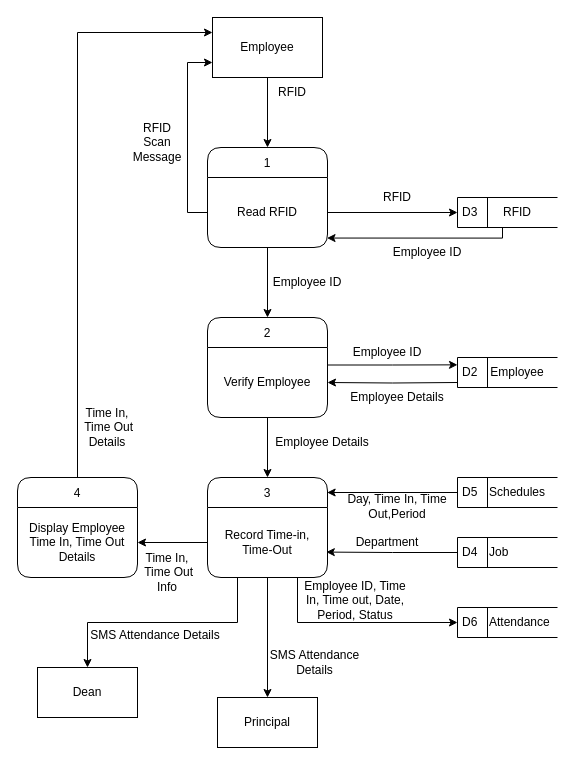
Above: DOCUMENTS/RFID Module.drawio in lester-afk/Payroll-System (draw.io), before the change. Source tidied: cells renumbered, new cells numbered last; positions are measured from the earlier drawing's top-left corner, leaving out a move shared by most shapes. Both pictures are drawn from the tidied source at 100%, with x=0, y=0 at pixel (17, 17).
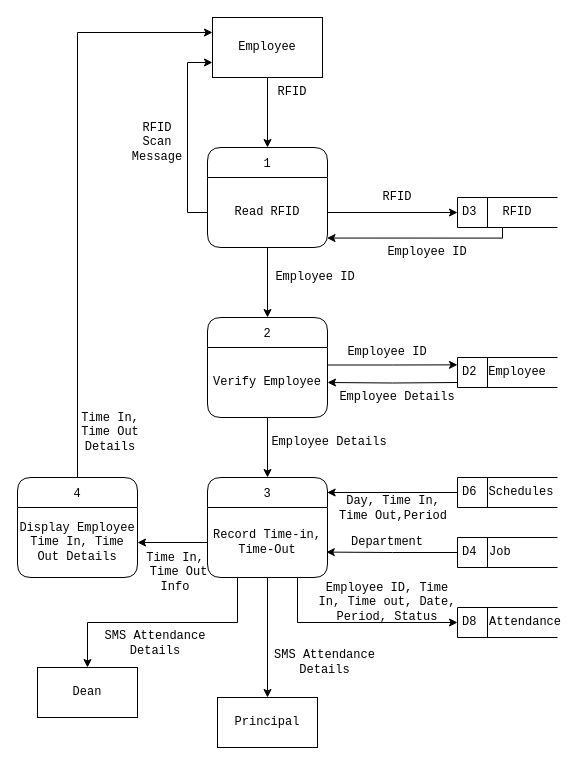
After the change.

Change to the diagram source:
```diff
@@
-    <mxCell id="2" value="RFID" style="text;html=1;align=center;verticalAlign=middle;whiteSpace=wrap;rounded=0;" parent="1" vertex="1">
+    <mxCell id="2" value="RFID" style="text;html=1;align=center;verticalAlign=middle;whiteSpace=wrap;rounded=0;fontFamily=Courier New;" parent="1" vertex="1">
       <mxGeometry x="245" y="60" width="60" height="30" as="geometry" />
     </mxCell>
-    <mxCell id="3" value="1" style="swimlane;fontStyle=0;horizontal=1;startSize=30;fillColor=#ffffff;swimlaneFillColor=#ffffff;rounded=1;" parent="1" vertex="1">
+    <mxCell id="3" value="1" style="swimlane;fontStyle=0;horizontal=1;startSize=30;fillColor=#ffffff;swimlaneFillColor=#ffffff;rounded=1;fontFamily=Courier New;" parent="1" vertex="1">
       <mxGeometry x="190" y="130" width="120" height="100" as="geometry" />
     </mxCell>
-    <mxCell id="4" value="Read RFID" style="text;html=1;align=center;verticalAlign=middle;whiteSpace=wrap;rounded=0;" parent="3" vertex="1">
+    <mxCell id="4" value="Read RFID" style="text;html=1;align=center;verticalAlign=middle;whiteSpace=wrap;rounded=0;fontFamily=Courier New;" parent="3" vertex="1">
       <mxGeometry y="30" width="120" height="70" as="geometry" />
     </mxCell>
-    <mxCell id="5" style="edgeStyle=orthogonalEdgeStyle;rounded=0;jettySize=auto;html=1;entryX=0.5;entryY=0;entryDx=0;entryDy=0;" parent="1" edge="1" source="6" target="3">
+    <mxCell id="5" style="edgeStyle=orthogonalEdgeStyle;rounded=0;jettySize=auto;html=1;entryX=0.5;entryY=0;entryDx=0;entryDy=0;fontFamily=Courier New;" parent="1" edge="1" source="6" target="3">
       <mxGeometry relative="1" as="geometry" />
     </mxCell>
-    <mxCell id="6" value="Employee" style="html=1;dashed=0;whiteSpace=wrap;" parent="1" vertex="1">
+    <mxCell id="6" value="Employee" style="html=1;dashed=0;whiteSpace=wrap;fontFamily=Courier New;" parent="1" vertex="1">
       <mxGeometry x="195" width="110" height="60" as="geometry" />
     </mxCell>
-    <mxCell id="7" value="D3" style="html=1;dashed=0;whiteSpace=wrap;shape=mxgraph.dfd.dataStoreID;align=left;spacingLeft=3;points=[[0,0],[0.5,0],[1,0],[0,0.5],[1,0.5],[0,1],[0.5,1],[1,1]];" parent="1" vertex="1">
+    <mxCell id="7" value="D3" style="html=1;dashed=0;whiteSpace=wrap;shape=mxgraph.dfd.dataStoreID;align=left;spacingLeft=3;points=[[0,0],[0.5,0],[1,0],[0,0.5],[1,0.5],[0,1],[0.5,1],[1,1]];fontFamily=Courier New;" parent="1" vertex="1">
       <mxGeometry x="440" y="180" width="100" height="30" as="geometry" />
     </mxCell>
-    <mxCell id="8" style="edgeStyle=orthogonalEdgeStyle;rounded=0;jettySize=auto;html=1;exitX=0.25;exitY=1;exitDx=0;exitDy=0;entryX=0.996;entryY=0.865;entryDx=0;entryDy=0;entryPerimeter=0;" parent="1" edge="1" source="9" target="4">
+    <mxCell id="8" style="edgeStyle=orthogonalEdgeStyle;rounded=0;jettySize=auto;html=1;exitX=0.25;exitY=1;exitDx=0;exitDy=0;entryX=0.996;entryY=0.865;entryDx=0;entryDy=0;entryPerimeter=0;fontFamily=Courier New;" parent="1" edge="1" source="9" target="4">
       <mxGeometry relative="1" as="geometry">
         <Array as="points">
           <mxPoint x="485" y="221" />
         </Array>
       </mxGeometry>
     </mxCell>
-    <mxCell id="9" value="RFID" style="text;html=1;align=center;verticalAlign=middle;whiteSpace=wrap;rounded=0;" parent="1" vertex="1">
+    <mxCell id="9" value="RFID" style="text;html=1;align=center;verticalAlign=middle;whiteSpace=wrap;rounded=0;fontFamily=Courier New;" parent="1" vertex="1">
       <mxGeometry x="470" y="180" width="60" height="30" as="geometry" />
     </mxCell>
-    <mxCell id="10" style="edgeStyle=orthogonalEdgeStyle;rounded=0;jettySize=auto;html=1;exitX=1;exitY=0.5;exitDx=0;exitDy=0;entryX=0;entryY=0.5;entryDx=0;entryDy=0;" parent="1" edge="1" source="4" target="7">
+    <mxCell id="10" style="edgeStyle=orthogonalEdgeStyle;rounded=0;jettySize=auto;html=1;exitX=1;exitY=0.5;exitDx=0;exitDy=0;entryX=0;entryY=0.5;entryDx=0;entryDy=0;fontFamily=Courier New;" parent="1" edge="1" source="4" target="7">
       <mxGeometry relative="1" as="geometry" />
     </mxCell>
-    <mxCell id="11" value="RFID" style="text;html=1;align=center;verticalAlign=middle;whiteSpace=wrap;rounded=0;" parent="1" vertex="1">
+    <mxCell id="11" value="RFID" style="text;html=1;align=center;verticalAlign=middle;whiteSpace=wrap;rounded=0;fontFamily=Courier New;" parent="1" vertex="1">
       <mxGeometry x="320" y="167.5" width="120" height="25" as="geometry" />
     </mxCell>
-    <mxCell id="12" style="edgeStyle=orthogonalEdgeStyle;rounded=0;jettySize=auto;html=1;entryX=0;entryY=0.75;entryDx=0;entryDy=0;" parent="1" edge="1" source="4" target="6">
+    <mxCell id="12" style="edgeStyle=orthogonalEdgeStyle;rounded=0;jettySize=auto;html=1;entryX=0;entryY=0.75;entryDx=0;entryDy=0;fontFamily=Courier New;" parent="1" edge="1" source="4" target="6">
       <mxGeometry relative="1" as="geometry">
         <Array as="points">
           <mxPoint x="170" y="195" />
           <mxPoint x="170" y="45" />
         </Array>
       </mxGeometry>
     </mxCell>
-    <mxCell id="13" value="RFID Scan Message" style="text;html=1;align=center;verticalAlign=middle;whiteSpace=wrap;rounded=0;" parent="1" vertex="1">
+    <mxCell id="13" value="RFID Scan Message" style="text;html=1;align=center;verticalAlign=middle;whiteSpace=wrap;rounded=0;fontFamily=Courier New;" parent="1" vertex="1">
       <mxGeometry x="110" y="100" width="60" height="50" as="geometry" />
     </mxCell>
-    <mxCell id="14" value="2" style="swimlane;fontStyle=0;horizontal=1;startSize=30;fillColor=#ffffff;swimlaneFillColor=#ffffff;rounded=1;" parent="1" vertex="1">
+    <mxCell id="14" value="2" style="swimlane;fontStyle=0;horizontal=1;startSize=30;fillColor=#ffffff;swimlaneFillColor=#ffffff;rounded=1;fontFamily=Courier New;" parent="1" vertex="1">
       <mxGeometry x="190" y="300" width="120" height="100" as="geometry" />
     </mxCell>
-    <mxCell id="15" value="Verify Employee" style="text;html=1;align=center;verticalAlign=middle;whiteSpace=wrap;rounded=0;" parent="14" vertex="1">
+    <mxCell id="15" value="Verify Employee" style="text;html=1;align=center;verticalAlign=middle;whiteSpace=wrap;rounded=0;fontFamily=Courier New;" parent="14" vertex="1">
       <mxGeometry y="30" width="120" height="70" as="geometry" />
     </mxCell>
-    <mxCell id="16" style="edgeStyle=orthogonalEdgeStyle;rounded=0;jettySize=auto;html=1;entryX=0.5;entryY=0;entryDx=0;entryDy=0;" parent="1" edge="1" source="4" target="14">
+    <mxCell id="16" style="edgeStyle=orthogonalEdgeStyle;rounded=0;jettySize=auto;html=1;entryX=0.5;entryY=0;entryDx=0;entryDy=0;fontFamily=Courier New;" parent="1" edge="1" source="4" target="14">
       <mxGeometry relative="1" as="geometry" />
     </mxCell>
-    <mxCell id="17" value="D2" style="html=1;dashed=0;whiteSpace=wrap;shape=mxgraph.dfd.dataStoreID;align=left;spacingLeft=3;points=[[0,0],[0.5,0],[1,0],[0,0.5],[1,0.5],[0,1],[0.5,1],[1,1]];" parent="1" vertex="1">
+    <mxCell id="17" value="D2" style="html=1;dashed=0;whiteSpace=wrap;shape=mxgraph.dfd.dataStoreID;align=left;spacingLeft=3;points=[[0,0],[0.5,0],[1,0],[0,0.5],[1,0.5],[0,1],[0.5,1],[1,1]];fontFamily=Courier New;" parent="1" vertex="1">
       <mxGeometry x="440" y="340" width="100" height="30" as="geometry" />
     </mxCell>
-    <mxCell id="18" value="Employee" style="text;html=1;align=center;verticalAlign=middle;whiteSpace=wrap;rounded=0;" parent="1" vertex="1">
+    <mxCell id="18" value="Employee" style="text;html=1;align=center;verticalAlign=middle;whiteSpace=wrap;rounded=0;fontFamily=Courier New;" parent="1" vertex="1">
       <mxGeometry x="470" y="340" width="60" height="30" as="geometry" />
     </mxCell>
-    <mxCell id="19" style="edgeStyle=orthogonalEdgeStyle;rounded=0;jettySize=auto;html=1;exitX=1;exitY=0.25;exitDx=0;exitDy=0;entryX=0;entryY=0.245;entryDx=0;entryDy=0;entryPerimeter=0;" parent="1" edge="1" source="15" target="17">
+    <mxCell id="19" style="edgeStyle=orthogonalEdgeStyle;rounded=0;jettySize=auto;html=1;exitX=1;exitY=0.25;exitDx=0;exitDy=0;entryX=0;entryY=0.245;entryDx=0;entryDy=0;entryPerimeter=0;fontFamily=Courier New;" parent="1" edge="1" source="15" target="17">
       <mxGeometry relative="1" as="geometry" />
     </mxCell>
-    <mxCell id="20" value="Employee ID" style="text;html=1;align=center;verticalAlign=middle;whiteSpace=wrap;rounded=0;" parent="1" vertex="1">
+    <mxCell id="20" value="Employee ID" style="text;html=1;align=center;verticalAlign=middle;whiteSpace=wrap;rounded=0;fontFamily=Courier New;" parent="1" vertex="1">
       <mxGeometry x="310" y="320" width="120" height="30" as="geometry" />
     </mxCell>
-    <mxCell id="21" value="Employee ID" style="text;html=1;align=center;verticalAlign=middle;whiteSpace=wrap;rounded=0;" parent="1" vertex="1">
-      <mxGeometry x="230" y="250" width="120" height="30" as="geometry" />
+    <mxCell id="21" value="Employee ID" style="text;html=1;align=center;verticalAlign=middle;whiteSpace=wrap;rounded=0;fontFamily=Courier New;" parent="1" vertex="1">
+      <mxGeometry x="256.5" y="250" width="82" height="20" as="geometry" />
     </mxCell>
-    <mxCell id="22" style="edgeStyle=orthogonalEdgeStyle;rounded=0;jettySize=auto;html=1;entryX=1;entryY=0.5;entryDx=0;entryDy=0;" parent="1" edge="1" target="15">
+    <mxCell id="22" style="edgeStyle=orthogonalEdgeStyle;rounded=0;jettySize=auto;html=1;entryX=1;entryY=0.5;entryDx=0;entryDy=0;fontFamily=Courier New;" parent="1" edge="1" target="15">
       <mxGeometry relative="1" as="geometry">
         <mxPoint x="440" y="365" as="sourcePoint" />
       </mxGeometry>
     </mxCell>
-    <mxCell id="23" value="Employee ID" style="text;html=1;align=center;verticalAlign=middle;whiteSpace=wrap;rounded=0;" parent="1" vertex="1">
+    <mxCell id="23" value="Employee ID" style="text;html=1;align=center;verticalAlign=middle;whiteSpace=wrap;rounded=0;fontFamily=Courier New;" parent="1" vertex="1">
       <mxGeometry x="350" y="220" width="120" height="30" as="geometry" />
     </mxCell>
-    <mxCell id="24" value="3" style="swimlane;fontStyle=0;horizontal=1;startSize=30;fillColor=#ffffff;swimlaneFillColor=#ffffff;rounded=1;" parent="1" vertex="1">
+    <mxCell id="24" value="3" style="swimlane;fontStyle=0;horizontal=1;startSize=30;fillColor=#ffffff;swimlaneFillColor=#ffffff;rounded=1;fontFamily=Courier New;" parent="1" vertex="1">
       <mxGeometry x="190" y="460" width="120" height="100" as="geometry" />
     </mxCell>
-    <mxCell id="25" value="Record Time-in, Time-Out" style="text;html=1;align=center;verticalAlign=middle;whiteSpace=wrap;rounded=0;" parent="24" vertex="1">
+    <mxCell id="25" value="Record Time-in, Time-Out" style="text;html=1;align=center;verticalAlign=middle;whiteSpace=wrap;rounded=0;fontFamily=Courier New;" parent="24" vertex="1">
       <mxGeometry y="30" width="120" height="70" as="geometry" />
     </mxCell>
-    <mxCell id="26" style="edgeStyle=orthogonalEdgeStyle;rounded=0;jettySize=auto;html=1;entryX=0.5;entryY=0;entryDx=0;entryDy=0;" parent="1" edge="1" source="15" target="24">
+    <mxCell id="26" style="edgeStyle=orthogonalEdgeStyle;rounded=0;jettySize=auto;html=1;entryX=0.5;entryY=0;entryDx=0;entryDy=0;fontFamily=Courier New;" parent="1" edge="1" source="15" target="24">
       <mxGeometry relative="1" as="geometry" />
     </mxCell>
-    <mxCell id="27" value="Employee Details" style="text;html=1;align=center;verticalAlign=middle;whiteSpace=wrap;rounded=0;" parent="1" vertex="1">
-      <mxGeometry x="245" y="410" width="120" height="30" as="geometry" />
+    <mxCell id="27" value="Employee Details" style="text;html=1;align=center;verticalAlign=middle;whiteSpace=wrap;rounded=0;fontFamily=Courier New;" parent="1" vertex="1">
+      <mxGeometry x="252" y="410" width="120" height="30" as="geometry" />
     </mxCell>
-    <mxCell id="28" value="D5" style="html=1;dashed=0;whiteSpace=wrap;shape=mxgraph.dfd.dataStoreID;align=left;spacingLeft=3;points=[[0,0],[0.5,0],[1,0],[0,0.5],[1,0.5],[0,1],[0.5,1],[1,1]];" parent="1" vertex="1">
+    <mxCell id="28" value="D6" style="html=1;dashed=0;whiteSpace=wrap;shape=mxgraph.dfd.dataStoreID;align=left;spacingLeft=3;points=[[0,0],[0.5,0],[1,0],[0,0.5],[1,0.5],[0,1],[0.5,1],[1,1]];fontFamily=Courier New;" parent="1" vertex="1">
       <mxGeometry x="440" y="460" width="100" height="30" as="geometry" />
     </mxCell>
-    <mxCell id="29" value="Schedules" style="text;html=1;align=center;verticalAlign=middle;whiteSpace=wrap;rounded=0;" parent="1" vertex="1">
-      <mxGeometry x="470" y="460" width="60" height="30" as="geometry" />
+    <mxCell id="29" value="Schedules" style="text;html=1;align=center;verticalAlign=middle;whiteSpace=wrap;rounded=0;fontFamily=Courier New;" parent="1" vertex="1">
+      <mxGeometry x="474" y="460" width="60" height="30" as="geometry" />
     </mxCell>
-    <mxCell id="30" style="edgeStyle=orthogonalEdgeStyle;rounded=0;jettySize=auto;html=1;exitX=0;exitY=0.5;exitDx=0;exitDy=0;entryX=0.997;entryY=0.15;entryDx=0;entryDy=0;entryPerimeter=0;" parent="1" edge="1" source="28" target="24">
+    <mxCell id="30" style="edgeStyle=orthogonalEdgeStyle;rounded=0;jettySize=auto;html=1;exitX=0;exitY=0.5;exitDx=0;exitDy=0;entryX=0.997;entryY=0.15;entryDx=0;entryDy=0;entryPerimeter=0;fontFamily=Courier New;" parent="1" edge="1" source="28" target="24">
       <mxGeometry relative="1" as="geometry" />
     </mxCell>
-    <mxCell id="31" value="Day, Time In, Time Out,Period" style="text;html=1;align=center;verticalAlign=middle;whiteSpace=wrap;rounded=0;" parent="1" vertex="1">
-      <mxGeometry x="310" y="474" width="140" height="30" as="geometry" />
+    <mxCell id="31" value="Day, Time In, Time Out,Period" style="text;html=1;align=center;verticalAlign=middle;whiteSpace=wrap;rounded=0;fontFamily=Courier New;" parent="1" vertex="1">
+      <mxGeometry x="316" y="476" width="120" height="30" as="geometry" />
     </mxCell>
-    <mxCell id="32" value="D4" style="html=1;dashed=0;whiteSpace=wrap;shape=mxgraph.dfd.dataStoreID;align=left;spacingLeft=3;points=[[0,0],[0.5,0],[1,0],[0,0.5],[1,0.5],[0,1],[0.5,1],[1,1]];" parent="1" vertex="1">
+    <mxCell id="32" value="D4" style="html=1;dashed=0;whiteSpace=wrap;shape=mxgraph.dfd.dataStoreID;align=left;spacingLeft=3;points=[[0,0],[0.5,0],[1,0],[0,0.5],[1,0.5],[0,1],[0.5,1],[1,1]];fontFamily=Courier New;" parent="1" vertex="1">
       <mxGeometry x="440" y="520" width="100" height="30" as="geometry" />
     </mxCell>
-    <mxCell id="33" value="Job" style="text;html=1;align=left;verticalAlign=middle;whiteSpace=wrap;rounded=0;" parent="1" vertex="1">
+    <mxCell id="33" value="Job" style="text;html=1;align=left;verticalAlign=middle;whiteSpace=wrap;rounded=0;fontFamily=Courier New;" parent="1" vertex="1">
       <mxGeometry x="470" y="520" width="60" height="30" as="geometry" />
     </mxCell>
-    <mxCell id="34" style="edgeStyle=orthogonalEdgeStyle;rounded=0;jettySize=auto;html=1;entryX=0.99;entryY=0.637;entryDx=0;entryDy=0;entryPerimeter=0;" parent="1" edge="1" source="32" target="25">
+    <mxCell id="34" style="edgeStyle=orthogonalEdgeStyle;rounded=0;jettySize=auto;html=1;entryX=0.99;entryY=0.637;entryDx=0;entryDy=0;entryPerimeter=0;fontFamily=Courier New;" parent="1" edge="1" source="32" target="25">
       <mxGeometry relative="1" as="geometry" />
     </mxCell>
-    <mxCell id="35" value="Department" style="text;html=1;align=center;verticalAlign=middle;whiteSpace=wrap;rounded=0;" parent="1" vertex="1">
+    <mxCell id="35" value="Department" style="text;html=1;align=center;verticalAlign=middle;whiteSpace=wrap;rounded=0;fontFamily=Courier New;" parent="1" vertex="1">
       <mxGeometry x="310" y="510" width="120" height="30" as="geometry" />
     </mxCell>
-    <mxCell id="36" value="D6" style="html=1;dashed=0;whiteSpace=wrap;shape=mxgraph.dfd.dataStoreID;align=left;spacingLeft=3;points=[[0,0],[0.5,0],[1,0],[0,0.5],[1,0.5],[0,1],[0.5,1],[1,1]];" parent="1" vertex="1">
+    <mxCell id="36" value="D8" style="html=1;dashed=0;whiteSpace=wrap;shape=mxgraph.dfd.dataStoreID;align=left;spacingLeft=3;points=[[0,0],[0.5,0],[1,0],[0,0.5],[1,0.5],[0,1],[0.5,1],[1,1]];fontFamily=Courier New;" parent="1" vertex="1">
       <mxGeometry x="440" y="590" width="100" height="30" as="geometry" />
     </mxCell>
-    <mxCell id="37" value="Attendance" style="text;html=1;align=left;verticalAlign=middle;whiteSpace=wrap;rounded=0;" parent="1" vertex="1">
+    <mxCell id="37" value="Attendance" style="text;html=1;align=left;verticalAlign=middle;whiteSpace=wrap;rounded=0;fontFamily=Courier New;" parent="1" vertex="1">
       <mxGeometry x="470" y="590" width="60" height="30" as="geometry" />
     </mxCell>
-    <mxCell id="38" style="edgeStyle=orthogonalEdgeStyle;rounded=0;jettySize=auto;html=1;exitX=0.75;exitY=1;exitDx=0;exitDy=0;entryX=0;entryY=0.5;entryDx=0;entryDy=0;" parent="1" edge="1" source="25" target="36">
+    <mxCell id="38" style="edgeStyle=orthogonalEdgeStyle;rounded=0;jettySize=auto;html=1;exitX=0.75;exitY=1;exitDx=0;exitDy=0;entryX=0;entryY=0.5;entryDx=0;entryDy=0;fontFamily=Courier New;" parent="1" edge="1" source="25" target="36">
       <mxGeometry relative="1" as="geometry" />
     </mxCell>
-    <mxCell id="39" value="Employee ID, Time In, Time out, Date, Period, Status" style="text;html=1;align=center;verticalAlign=middle;whiteSpace=wrap;rounded=0;" parent="1" vertex="1">
-      <mxGeometry x="278" y="568" width="120" height="30" as="geometry" />
+    <mxCell id="39" value="Employee ID, Time In, Time out, Date, Period, Status" style="text;html=1;align=center;verticalAlign=middle;whiteSpace=wrap;rounded=0;fontFamily=Courier New;" parent="1" vertex="1">
+      <mxGeometry x="300" y="570" width="140" height="30" as="geometry" />
     </mxCell>
-    <mxCell id="40" style="edgeStyle=orthogonalEdgeStyle;rounded=0;jettySize=auto;html=1;entryX=0;entryY=0.25;entryDx=0;entryDy=0;" parent="1" edge="1" source="41" target="6">
+    <mxCell id="40" style="edgeStyle=orthogonalEdgeStyle;rounded=0;jettySize=auto;html=1;entryX=0;entryY=0.25;entryDx=0;entryDy=0;fontFamily=Courier New;" parent="1" edge="1" source="41" target="6">
       <mxGeometry relative="1" as="geometry">
         <Array as="points">
           <mxPoint x="60" y="15" />
         </Array>
       </mxGeometry>
     </mxCell>
-    <mxCell id="41" value="4" style="swimlane;fontStyle=0;horizontal=1;startSize=30;fillColor=#ffffff;swimlaneFillColor=#ffffff;rounded=1;" parent="1" vertex="1">
+    <mxCell id="41" value="4" style="swimlane;fontStyle=0;horizontal=1;startSize=30;fillColor=#ffffff;swimlaneFillColor=#ffffff;rounded=1;fontFamily=Courier New;" parent="1" vertex="1">
       <mxGeometry y="460" width="120" height="100" as="geometry" />
     </mxCell>
-    <mxCell id="42" value="Display Employee Time In, Time Out Details" style="text;html=1;align=center;verticalAlign=middle;whiteSpace=wrap;rounded=0;" parent="41" vertex="1">
+    <mxCell id="42" value="Display Employee Time In, Time Out Details" style="text;html=1;align=center;verticalAlign=middle;whiteSpace=wrap;rounded=0;fontFamily=Courier New;" parent="41" vertex="1">
       <mxGeometry y="30" width="120" height="70" as="geometry" />
     </mxCell>
-    <mxCell id="43" value="Time In,&lt;div&gt;&amp;nbsp;Time Out&lt;/div&gt;&lt;div&gt;Info&lt;/div&gt;" style="text;html=1;align=center;verticalAlign=middle;whiteSpace=wrap;rounded=0;" parent="1" vertex="1">
-      <mxGeometry x="90" y="530" width="120" height="50" as="geometry" />
+    <mxCell id="43" value="Time In,&lt;div&gt;&amp;nbsp;Time Out&lt;/div&gt;&lt;div&gt;Info&lt;/div&gt;" style="text;html=1;align=center;verticalAlign=middle;whiteSpace=wrap;rounded=0;fontFamily=Courier New;" parent="1" vertex="1">
+      <mxGeometry x="123" y="530" width="70" height="50" as="geometry" />
     </mxCell>
-    <mxCell id="44" value="Time In,&lt;div&gt;&amp;nbsp;Time Out&lt;/div&gt;&lt;div&gt;Details&lt;/div&gt;" style="text;html=1;align=center;verticalAlign=middle;whiteSpace=wrap;rounded=0;" parent="1" vertex="1">
-      <mxGeometry x="30" y="385" width="120" height="50" as="geometry" />
+    <mxCell id="44" value="Time In,&lt;div&gt;Time Out&lt;/div&gt;&lt;div&gt;Details&lt;/div&gt;" style="text;html=1;align=center;verticalAlign=middle;whiteSpace=wrap;rounded=0;fontFamily=Courier New;" parent="1" vertex="1">
+      <mxGeometry x="63" y="390" width="60" height="50" as="geometry" />
     </mxCell>
-    <mxCell id="45" style="edgeStyle=orthogonalEdgeStyle;rounded=0;jettySize=auto;html=1;entryX=1;entryY=0.5;entryDx=0;entryDy=0;" parent="1" edge="1" source="25" target="42">
+    <mxCell id="45" style="edgeStyle=orthogonalEdgeStyle;rounded=0;jettySize=auto;html=1;entryX=1;entryY=0.5;entryDx=0;entryDy=0;fontFamily=Courier New;" parent="1" edge="1" source="25" target="42">
       <mxGeometry relative="1" as="geometry" />
     </mxCell>
-    <mxCell id="46" value="Dean" style="html=1;dashed=0;whiteSpace=wrap;" parent="1" vertex="1">
+    <mxCell id="46" value="Dean" style="html=1;dashed=0;whiteSpace=wrap;fontFamily=Courier New;" parent="1" vertex="1">
       <mxGeometry x="20" y="650" width="100" height="50" as="geometry" />
     </mxCell>
-    <mxCell id="47" style="edgeStyle=orthogonalEdgeStyle;rounded=0;jettySize=auto;html=1;exitX=0.25;exitY=1;exitDx=0;exitDy=0;" parent="1" edge="1" source="25" target="46">
+    <mxCell id="47" style="edgeStyle=orthogonalEdgeStyle;rounded=0;jettySize=auto;html=1;exitX=0.25;exitY=1;exitDx=0;exitDy=0;fontFamily=Courier New;" parent="1" edge="1" source="25" target="46">
       <mxGeometry relative="1" as="geometry" />
     </mxCell>
-    <mxCell id="48" value="Principal" style="html=1;dashed=0;whiteSpace=wrap;" parent="1" vertex="1">
+    <mxCell id="48" value="Principal" style="html=1;dashed=0;whiteSpace=wrap;fontFamily=Courier New;" parent="1" vertex="1">
       <mxGeometry x="200" y="680" width="100" height="50" as="geometry" />
     </mxCell>
-    <mxCell id="49" style="edgeStyle=orthogonalEdgeStyle;rounded=0;jettySize=auto;html=1;entryX=0.5;entryY=0;entryDx=0;entryDy=0;" parent="1" edge="1" source="25" target="48">
+    <mxCell id="49" style="edgeStyle=orthogonalEdgeStyle;rounded=0;jettySize=auto;html=1;entryX=0.5;entryY=0;entryDx=0;entryDy=0;fontFamily=Courier New;" parent="1" edge="1" source="25" target="48">
       <mxGeometry relative="1" as="geometry" />
     </mxCell>
-    <mxCell id="50" value="SMS Attendance Details" style="text;html=1;align=center;verticalAlign=middle;whiteSpace=wrap;rounded=0;" parent="1" vertex="1">
-      <mxGeometry x="63" y="603" width="150" height="30" as="geometry" />
+    <mxCell id="50" value="SMS Attendance Details" style="text;html=1;align=center;verticalAlign=middle;whiteSpace=wrap;rounded=0;fontFamily=Courier New;" parent="1" vertex="1">
+      <mxGeometry x="63" y="611" width="150" height="30" as="geometry" />
     </mxCell>
-    <mxCell id="51" value="SMS Attendance Details" style="text;html=1;align=center;verticalAlign=middle;whiteSpace=wrap;rounded=0;" parent="1" vertex="1">
-      <mxGeometry x="245" y="630" width="105" height="30" as="geometry" />
+    <mxCell id="51" value="SMS Attendance Details" style="text;html=1;align=center;verticalAlign=middle;whiteSpace=wrap;rounded=0;fontFamily=Courier New;" parent="1" vertex="1">
+      <mxGeometry x="255" y="630" width="105" height="30" as="geometry" />
     </mxCell>
-    <mxCell id="52" value="Employee Details" style="text;html=1;align=center;verticalAlign=middle;whiteSpace=wrap;rounded=0;" parent="1" vertex="1">
+    <mxCell id="52" value="Employee Details" style="text;html=1;align=center;verticalAlign=middle;whiteSpace=wrap;rounded=0;fontFamily=Courier New;" parent="1" vertex="1">
       <mxGeometry x="320" y="370" width="120" height="20" as="geometry" />
     </mxCell>
```
